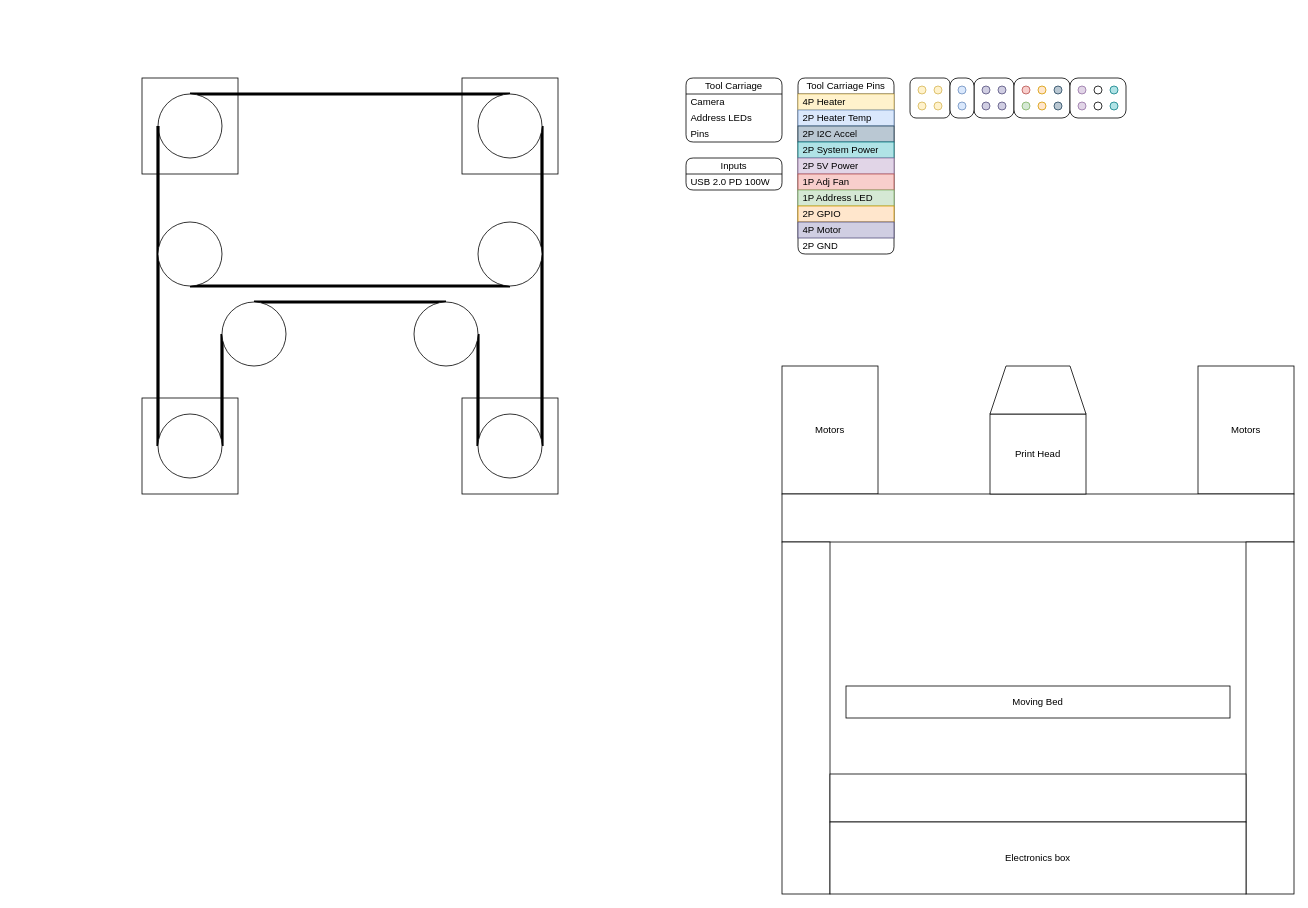
The draw.io diagram Documents/Raven.drawio in XCR1793/Raven-3D, before the edit. Source tidied: cells renumbered, new cells numbered last; positions are measured from the earlier drawing's top-left corner, leaving out a move shared by most shapes. Both pictures are drawn from the tidied source at 80%, with x=0, y=0 at pixel (142, 78).
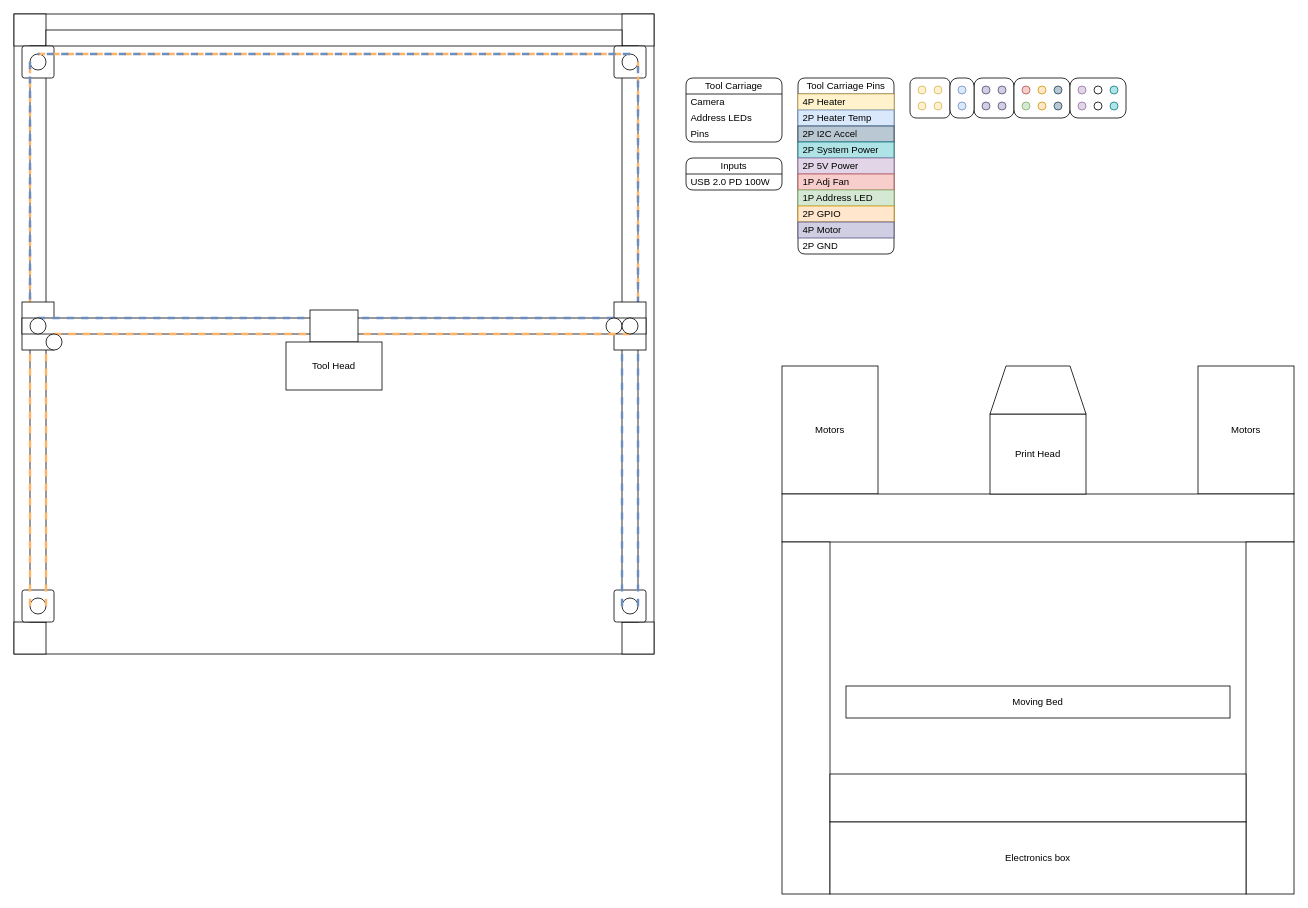
Above is the later version.

Commit message:
Added More Detailed Core XY Loop Diagram

Diff of the diagram source:
```diff
@@
-    <mxCell id="2" style="whiteSpace=wrap;html=1;" parent="1" vertex="1">
-      <mxGeometry width="120" height="120" as="geometry" />
-    </mxCell>
-    <mxCell id="3" style="whiteSpace=wrap;html=1;" parent="1" vertex="1">
-      <mxGeometry x="400" width="120" height="120" as="geometry" />
-    </mxCell>
-    <mxCell id="4" style="whiteSpace=wrap;html=1;" parent="1" vertex="1">
-      <mxGeometry y="400" width="120" height="120" as="geometry" />
-    </mxCell>
-    <mxCell id="5" style="whiteSpace=wrap;html=1;" parent="1" vertex="1">
-      <mxGeometry x="400" y="400" width="120" height="120" as="geometry" />
-    </mxCell>
-    <mxCell id="6" style="edgeStyle=none;shape=connector;rounded=0;jettySize=auto;html=1;exitX=0.5;exitY=0;exitDx=0;exitDy=0;entryX=0.5;entryY=0;entryDx=0;entryDy=0;strokeColor=default;strokeWidth=4;align=center;verticalAlign=middle;fontFamily=Helvetica;fontSize=11;fontColor=default;labelBackgroundColor=default;startFill=0;endArrow=none;" parent="1" edge="1" source="7" target="9">
-      <mxGeometry relative="1" as="geometry" />
-    </mxCell>
-    <mxCell id="7" style="ellipse;whiteSpace=wrap;html=1;" parent="1" vertex="1">
-      <mxGeometry x="20" y="20" width="80" height="80" as="geometry" />
-    </mxCell>
-    <mxCell id="8" style="edgeStyle=none;shape=connector;rounded=0;jettySize=auto;html=1;exitX=1;exitY=0.5;exitDx=0;exitDy=0;entryX=1;entryY=0.5;entryDx=0;entryDy=0;strokeColor=default;strokeWidth=4;align=center;verticalAlign=middle;fontFamily=Helvetica;fontSize=11;fontColor=default;labelBackgroundColor=default;startFill=0;endArrow=none;" parent="1" edge="1" source="9" target="11">
-      <mxGeometry relative="1" as="geometry" />
-    </mxCell>
-    <mxCell id="9" style="ellipse;whiteSpace=wrap;html=1;" parent="1" vertex="1">
-      <mxGeometry x="420" y="20" width="80" height="80" as="geometry" />
-    </mxCell>
-    <mxCell id="10" style="edgeStyle=none;shape=connector;rounded=0;jettySize=auto;html=1;exitX=0;exitY=0.5;exitDx=0;exitDy=0;entryX=1;entryY=0.5;entryDx=0;entryDy=0;strokeColor=default;strokeWidth=4;align=center;verticalAlign=middle;fontFamily=Helvetica;fontSize=11;fontColor=default;labelBackgroundColor=default;startFill=0;endArrow=none;" parent="1" edge="1" source="11" target="17">
-      <mxGeometry relative="1" as="geometry" />
-    </mxCell>
-    <mxCell id="11" style="ellipse;whiteSpace=wrap;html=1;" parent="1" vertex="1">
-      <mxGeometry x="420" y="420" width="80" height="80" as="geometry" />
-    </mxCell>
-    <mxCell id="12" style="rounded=0;jettySize=auto;html=1;exitX=0;exitY=0.5;exitDx=0;exitDy=0;entryX=0;entryY=0.5;entryDx=0;entryDy=0;endArrow=none;startFill=0;strokeWidth=4;" parent="1" edge="1" source="14" target="7">
-      <mxGeometry relative="1" as="geometry" />
-    </mxCell>
-    <mxCell id="13" style="edgeStyle=none;shape=connector;rounded=0;jettySize=auto;html=1;exitX=1;exitY=0.5;exitDx=0;exitDy=0;strokeColor=default;strokeWidth=4;align=center;verticalAlign=middle;fontFamily=Helvetica;fontSize=11;fontColor=default;labelBackgroundColor=default;startFill=0;endArrow=none;entryX=0;entryY=0.5;entryDx=0;entryDy=0;" parent="1" edge="1" source="14" target="16">
-      <mxGeometry relative="1" as="geometry" />
-    </mxCell>
-    <mxCell id="14" style="ellipse;whiteSpace=wrap;html=1;" parent="1" vertex="1">
-      <mxGeometry x="20" y="420" width="80" height="80" as="geometry" />
-    </mxCell>
-    <mxCell id="15" style="edgeStyle=none;shape=connector;rounded=0;jettySize=auto;html=1;exitX=0.5;exitY=0;exitDx=0;exitDy=0;entryX=0.5;entryY=0;entryDx=0;entryDy=0;strokeColor=default;strokeWidth=4;align=center;verticalAlign=middle;fontFamily=Helvetica;fontSize=11;fontColor=default;labelBackgroundColor=default;startFill=0;endArrow=none;" parent="1" edge="1" source="16" target="17">
-      <mxGeometry relative="1" as="geometry" />
-    </mxCell>
-    <mxCell id="16" style="ellipse;whiteSpace=wrap;html=1;" parent="1" vertex="1">
-      <mxGeometry x="100" y="280" width="80" height="80" as="geometry" />
-    </mxCell>
-    <mxCell id="17" style="ellipse;whiteSpace=wrap;html=1;" parent="1" vertex="1">
-      <mxGeometry x="340" y="280" width="80" height="80" as="geometry" />
-    </mxCell>
-    <mxCell id="18" style="edgeStyle=none;shape=connector;rounded=0;jettySize=auto;html=1;exitX=0.5;exitY=1;exitDx=0;exitDy=0;entryX=0.5;entryY=1;entryDx=0;entryDy=0;strokeColor=default;strokeWidth=4;align=center;verticalAlign=middle;fontFamily=Helvetica;fontSize=11;fontColor=default;labelBackgroundColor=default;startFill=0;endArrow=none;" parent="1" edge="1" source="19" target="20">
-      <mxGeometry relative="1" as="geometry" />
-    </mxCell>
-    <mxCell id="19" style="ellipse;whiteSpace=wrap;html=1;" parent="1" vertex="1">
-      <mxGeometry x="20" y="180" width="80" height="80" as="geometry" />
-    </mxCell>
-    <mxCell id="20" style="ellipse;whiteSpace=wrap;html=1;" parent="1" vertex="1">
-      <mxGeometry x="420" y="180" width="80" height="80" as="geometry" />
-    </mxCell>
@@
+    <mxCell id="75" style="rounded=0;whiteSpace=wrap;html=1;fontFamily=Helvetica;fontSize=11;fontColor=default;labelBackgroundColor=default;absoluteArcSize=1;" parent="1" vertex="1">
+      <mxGeometry x="-160" y="-80" width="800" height="800" as="geometry" />
+    </mxCell>
+    <mxCell id="76" style="rounded=0;whiteSpace=wrap;html=1;" parent="75" vertex="1">
+      <mxGeometry width="40" height="40" as="geometry" />
+    </mxCell>
+    <mxCell id="77" style="rounded=0;whiteSpace=wrap;html=1;" parent="75" vertex="1">
+      <mxGeometry x="760" width="40" height="40" as="geometry" />
+    </mxCell>
+    <mxCell id="78" style="rounded=0;whiteSpace=wrap;html=1;" parent="75" vertex="1">
+      <mxGeometry x="760" y="760" width="40" height="40" as="geometry" />
+    </mxCell>
+    <mxCell id="79" style="rounded=0;whiteSpace=wrap;html=1;" parent="75" vertex="1">
+      <mxGeometry y="760" width="40" height="40" as="geometry" />
+    </mxCell>
+    <mxCell id="80" style="rounded=0;whiteSpace=wrap;html=1;" parent="75" vertex="1">
+      <mxGeometry x="20" y="40" width="20" height="720" as="geometry" />
+    </mxCell>
+    <mxCell id="81" style="rounded=0;whiteSpace=wrap;html=1;" parent="75" vertex="1">
+      <mxGeometry x="760" y="40" width="20" height="720" as="geometry" />
+    </mxCell>
+    <mxCell id="82" style="rounded=0;whiteSpace=wrap;html=1;" parent="75" vertex="1">
+      <mxGeometry x="40" y="20" width="720" height="20" as="geometry" />
+    </mxCell>
+    <mxCell id="83" style="rounded=1;whiteSpace=wrap;html=1;fontFamily=Helvetica;fontSize=11;fontColor=default;labelBackgroundColor=default;absoluteArcSize=1;arcSize=6;" parent="75" vertex="1">
+      <mxGeometry x="10" y="40" width="40" height="40" as="geometry" />
+    </mxCell>
+    <mxCell id="84" style="ellipse;whiteSpace=wrap;html=1;" parent="83" vertex="1">
+      <mxGeometry x="10" y="10" width="20" height="20" as="geometry" />
+    </mxCell>
+    <mxCell id="85" style="rounded=1;whiteSpace=wrap;html=1;fontFamily=Helvetica;fontSize=11;fontColor=default;labelBackgroundColor=default;absoluteArcSize=1;arcSize=6;" parent="75" vertex="1">
+      <mxGeometry x="10" y="720" width="40" height="40" as="geometry" />
+    </mxCell>
+    <mxCell id="86" style="ellipse;whiteSpace=wrap;html=1;" parent="85" vertex="1">
+      <mxGeometry x="10" y="10" width="20" height="20" as="geometry" />
+    </mxCell>
+    <mxCell id="87" style="rounded=1;whiteSpace=wrap;html=1;fontFamily=Helvetica;fontSize=11;fontColor=default;labelBackgroundColor=default;absoluteArcSize=1;arcSize=6;" parent="75" vertex="1">
+      <mxGeometry x="750" y="720" width="40" height="40" as="geometry" />
+    </mxCell>
+    <mxCell id="88" style="ellipse;whiteSpace=wrap;html=1;" parent="87" vertex="1">
+      <mxGeometry x="10" y="10" width="20" height="20" as="geometry" />
+    </mxCell>
+    <mxCell id="89" style="rounded=1;whiteSpace=wrap;html=1;fontFamily=Helvetica;fontSize=11;fontColor=default;labelBackgroundColor=default;absoluteArcSize=1;arcSize=6;" parent="75" vertex="1">
+      <mxGeometry x="750" y="40" width="40" height="40" as="geometry" />
+    </mxCell>
+    <mxCell id="90" style="ellipse;whiteSpace=wrap;html=1;" parent="89" vertex="1">
+      <mxGeometry x="10" y="10" width="20" height="20" as="geometry" />
+    </mxCell>
+    <mxCell id="91" style="rounded=0;jettySize=auto;html=1;exitX=0;exitY=0.5;exitDx=0;exitDy=0;entryX=0;entryY=0.5;entryDx=0;entryDy=0;endArrow=none;startFill=0;strokeWidth=3;strokeColor=#FFB366;dashed=1;" parent="75" edge="1" source="86" target="84">
+      <mxGeometry relative="1" as="geometry" />
+    </mxCell>
+    <mxCell id="92" style="edgeStyle=none;shape=connector;rounded=0;jettySize=auto;html=1;exitX=1;exitY=0.5;exitDx=0;exitDy=0;entryX=0;entryY=0.5;entryDx=0;entryDy=0;strokeColor=#FFB366;strokeWidth=3;align=center;verticalAlign=middle;fontFamily=Helvetica;fontSize=11;fontColor=default;labelBackgroundColor=default;startFill=0;endArrow=none;dashed=1;" parent="75" edge="1" source="86" target="108">
+      <mxGeometry relative="1" as="geometry" />
+    </mxCell>
+    <mxCell id="93" style="edgeStyle=none;shape=connector;rounded=0;jettySize=auto;html=1;exitX=0.5;exitY=0;exitDx=0;exitDy=0;entryX=0.5;entryY=0;entryDx=0;entryDy=0;dashed=1;strokeColor=#FFB366;strokeWidth=3;align=center;verticalAlign=middle;fontFamily=Helvetica;fontSize=11;fontColor=default;labelBackgroundColor=default;startFill=0;endArrow=none;" parent="75" edge="1" source="84" target="90">
+      <mxGeometry relative="1" as="geometry" />
+    </mxCell>
+    <mxCell id="94" style="edgeStyle=none;shape=connector;rounded=0;jettySize=auto;html=1;exitX=1;exitY=0.5;exitDx=0;exitDy=0;dashed=1;strokeColor=#FFB366;strokeWidth=3;align=center;verticalAlign=middle;fontFamily=Helvetica;fontSize=11;fontColor=default;labelBackgroundColor=default;startFill=0;endArrow=none;entryX=1;entryY=0.5;entryDx=0;entryDy=0;" parent="75" edge="1" source="90" target="112">
+      <mxGeometry relative="1" as="geometry" />
+    </mxCell>
+    <mxCell id="95" style="edgeStyle=none;shape=connector;rounded=0;jettySize=auto;html=1;exitX=0;exitY=0.5;exitDx=0;exitDy=0;entryX=1;entryY=0.5;entryDx=0;entryDy=0;dashed=1;strokeColor=#6c8ebf;strokeWidth=3;align=center;verticalAlign=middle;fontFamily=Helvetica;fontSize=11;fontColor=default;labelBackgroundColor=default;startFill=0;endArrow=none;fillColor=#dae8fc;" parent="75" edge="1" source="88" target="110">
+      <mxGeometry relative="1" as="geometry" />
+    </mxCell>
+    <mxCell id="96" style="edgeStyle=none;shape=connector;rounded=0;jettySize=auto;html=1;exitX=1;exitY=0.5;exitDx=0;exitDy=0;entryX=1;entryY=0.5;entryDx=0;entryDy=0;dashed=1;strokeColor=#6c8ebf;strokeWidth=3;align=center;verticalAlign=middle;fontFamily=Helvetica;fontSize=11;fontColor=default;labelBackgroundColor=default;startFill=0;endArrow=none;fillColor=#dae8fc;" parent="75" edge="1" source="88" target="90">
+      <mxGeometry relative="1" as="geometry" />
+    </mxCell>
+    <mxCell id="97" style="edgeStyle=none;shape=connector;rounded=0;jettySize=auto;html=1;exitX=0.5;exitY=0;exitDx=0;exitDy=0;entryX=0.5;entryY=0;entryDx=0;entryDy=0;dashed=1;strokeColor=#6c8ebf;strokeWidth=3;align=center;verticalAlign=middle;fontFamily=Helvetica;fontSize=11;fontColor=default;labelBackgroundColor=default;startFill=0;endArrow=none;fillColor=#dae8fc;" parent="75" edge="1" source="90" target="84">
+      <mxGeometry relative="1" as="geometry" />
+    </mxCell>
+    <mxCell id="98" style="edgeStyle=none;shape=connector;rounded=0;jettySize=auto;html=1;exitX=0;exitY=0.5;exitDx=0;exitDy=0;dashed=1;strokeColor=#6c8ebf;strokeWidth=3;align=center;verticalAlign=middle;fontFamily=Helvetica;fontSize=11;fontColor=default;labelBackgroundColor=default;startFill=0;endArrow=none;fillColor=#dae8fc;entryX=0;entryY=0.5;entryDx=0;entryDy=0;" parent="75" edge="1" source="84" target="106">
+      <mxGeometry relative="1" as="geometry" />
+    </mxCell>
+    <mxCell id="99" style="group;" parent="75" vertex="1">
+      <mxGeometry x="10" y="360" width="780" height="110" as="geometry" />
+    </mxCell>
+    <mxCell id="100" style="rounded=0;whiteSpace=wrap;html=1;" parent="99" vertex="1">
+      <mxGeometry width="40" height="60" as="geometry" />
+    </mxCell>
+    <mxCell id="101" style="rounded=0;whiteSpace=wrap;html=1;" parent="99" vertex="1">
+      <mxGeometry x="740" width="40" height="60" as="geometry" />
+    </mxCell>
+    <mxCell id="102" style="rounded=0;whiteSpace=wrap;html=1;" parent="99" vertex="1">
+      <mxGeometry y="20" width="780" height="20" as="geometry" />
+    </mxCell>
+    <mxCell id="103" style="rounded=0;whiteSpace=wrap;html=1;" parent="99" vertex="1">
+      <mxGeometry x="360" y="10" width="60" height="40" as="geometry" />
+    </mxCell>
+    <mxCell id="104" value="Tool Head" style="rounded=0;whiteSpace=wrap;html=1;" parent="99" vertex="1">
+      <mxGeometry x="330" y="50" width="120" height="60" as="geometry" />
+    </mxCell>
+    <mxCell id="105" style="edgeStyle=none;shape=connector;rounded=0;jettySize=auto;html=1;exitX=0.5;exitY=0;exitDx=0;exitDy=0;entryX=0;entryY=0.25;entryDx=0;entryDy=0;dashed=1;strokeColor=#6c8ebf;strokeWidth=3;align=center;verticalAlign=middle;fontFamily=Helvetica;fontSize=11;fontColor=default;labelBackgroundColor=default;startFill=0;endArrow=none;fillColor=#dae8fc;" parent="99" edge="1" source="106" target="103">
+      <mxGeometry relative="1" as="geometry" />
+    </mxCell>
+    <mxCell id="106" style="ellipse;whiteSpace=wrap;html=1;" parent="99" vertex="1">
+      <mxGeometry x="10" y="20" width="20" height="20" as="geometry" />
+    </mxCell>
+    <mxCell id="107" style="edgeStyle=none;shape=connector;rounded=0;jettySize=auto;html=1;exitX=0.5;exitY=0;exitDx=0;exitDy=0;entryX=0;entryY=0.75;entryDx=0;entryDy=0;strokeColor=#FFB366;strokeWidth=3;align=center;verticalAlign=middle;fontFamily=Helvetica;fontSize=11;fontColor=default;labelBackgroundColor=default;startFill=0;endArrow=none;dashed=1;" parent="99" edge="1" source="108" target="103">
+      <mxGeometry relative="1" as="geometry" />
+    </mxCell>
+    <mxCell id="108" style="ellipse;whiteSpace=wrap;html=1;" parent="99" vertex="1">
+      <mxGeometry x="30" y="40" width="20" height="20" as="geometry" />
+    </mxCell>
+    <mxCell id="109" style="edgeStyle=none;shape=connector;rounded=0;jettySize=auto;html=1;exitX=0.5;exitY=0;exitDx=0;exitDy=0;entryX=1;entryY=0.25;entryDx=0;entryDy=0;dashed=1;strokeColor=#6c8ebf;strokeWidth=3;align=center;verticalAlign=middle;fontFamily=Helvetica;fontSize=11;fontColor=default;labelBackgroundColor=default;startFill=0;endArrow=none;fillColor=#dae8fc;" parent="99" edge="1" source="110" target="103">
+      <mxGeometry relative="1" as="geometry" />
+    </mxCell>
+    <mxCell id="110" style="ellipse;whiteSpace=wrap;html=1;" parent="99" vertex="1">
+      <mxGeometry x="730" y="20" width="20" height="20" as="geometry" />
+    </mxCell>
+    <mxCell id="111" style="edgeStyle=none;shape=connector;rounded=0;jettySize=auto;html=1;exitX=0.5;exitY=1;exitDx=0;exitDy=0;entryX=1;entryY=0.75;entryDx=0;entryDy=0;dashed=1;strokeColor=#FFB366;strokeWidth=3;align=center;verticalAlign=middle;fontFamily=Helvetica;fontSize=11;fontColor=default;labelBackgroundColor=default;startFill=0;endArrow=none;" parent="99" edge="1" source="112" target="103">
+      <mxGeometry relative="1" as="geometry" />
+    </mxCell>
+    <mxCell id="112" style="ellipse;whiteSpace=wrap;html=1;" parent="99" vertex="1">
+      <mxGeometry x="750" y="20" width="20" height="20" as="geometry" />
+    </mxCell>
```
